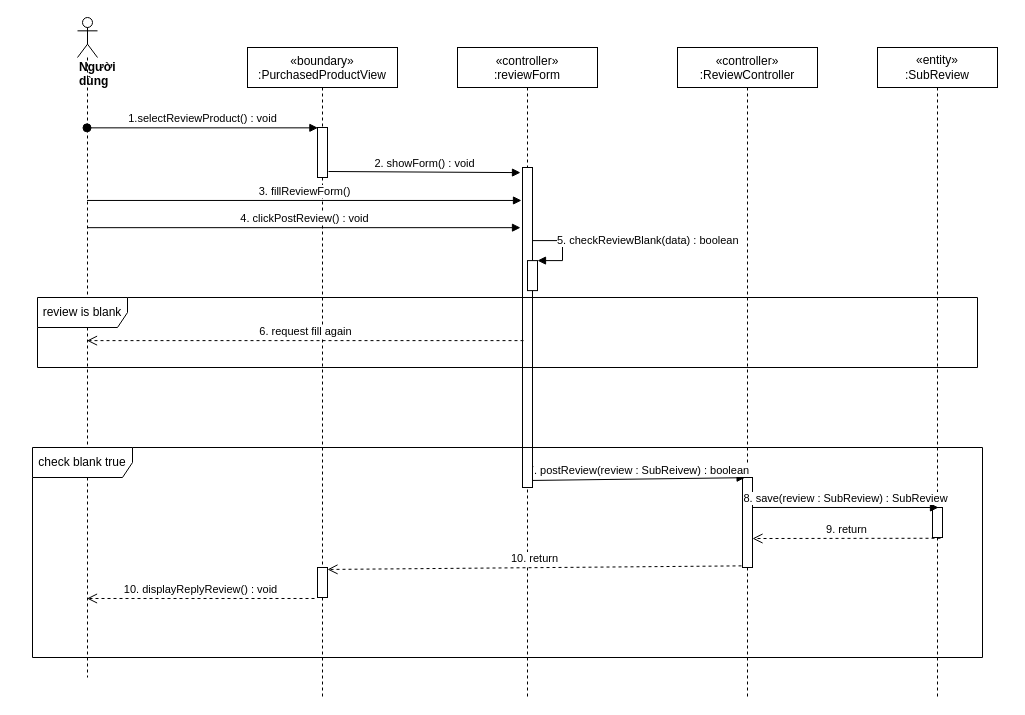
Earlier version of the draw.io diagram sequence diagram/reviews-product-sequence.drawio (nguyenphamvan/datn_20202). Source tidied: cells renumbered, new cells numbered last; positions are measured from the earlier drawing's top-left corner, leaving out a move shared by most shapes. Both pictures are drawn from the tidied source at 100%, with x=0, y=0 at pixel (32, 17).
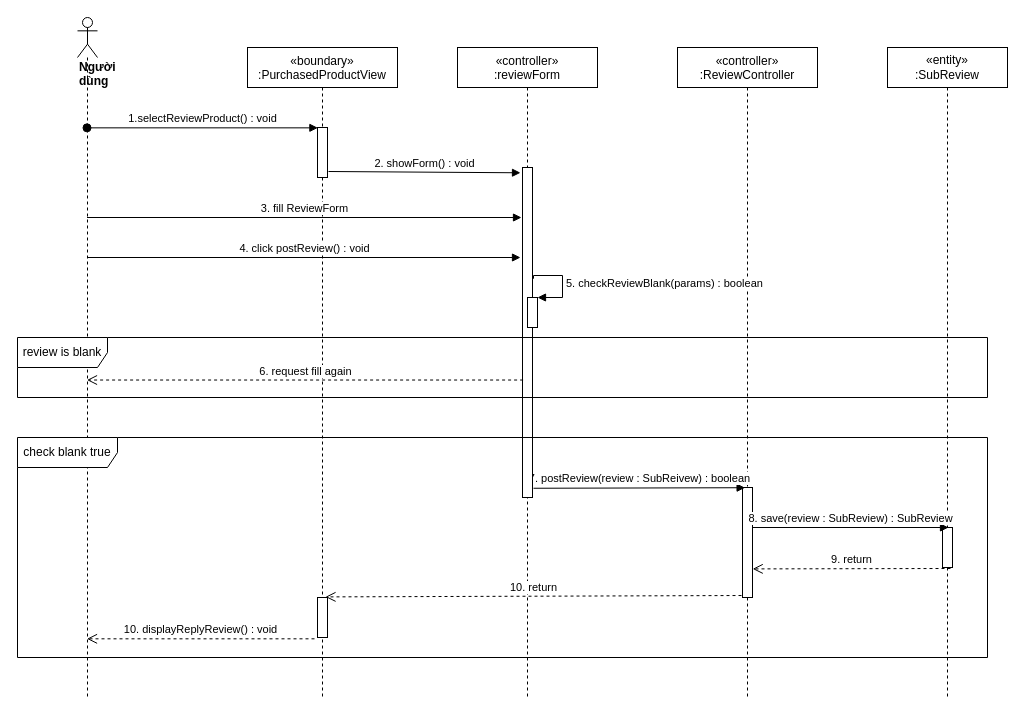
Above is the later version.

Unchanged cells that the change refers to:
```xml
<mxCell id="4" value="«controller»&#10;:ReviewController" style="shape=umlLifeline;perimeter=lifelinePerimeter;rounded=0;shadow=0;strokeWidth=1;size=40;" parent="1" vertex="1">
  <mxGeometry x="645" y="30" width="140" height="650" as="geometry" />
</mxCell>
```

Change to the diagram source:
```diff
@@
     <mxCell id="5" style="points=[];perimeter=orthogonalPerimeter;rounded=0;shadow=0;strokeWidth=1;" parent="4" vertex="1">
-      <mxGeometry x="65" y="430" width="10" height="90" as="geometry" />
+      <mxGeometry x="65" y="440" width="10" height="110" as="geometry" />
     </mxCell>
     <mxCell id="6" value="&lt;div&gt;&lt;b&gt;Người dùng&lt;/b&gt;&lt;/div&gt;" style="shape=umlLifeline;participant=umlActor;perimeter=lifelinePerimeter;whiteSpace=wrap;html=1;verticalAlign=top;spacingTop=36;outlineConnect=0;align=left;" parent="1" vertex="1">
-      <mxGeometry x="45" width="20" height="660" as="geometry" />
+      <mxGeometry x="45" width="20" height="680" as="geometry" />
     </mxCell>
@@
     <mxCell id="8" value="&lt;span&gt;«entity»&lt;br&gt;&lt;/span&gt;:SubReview" style="shape=umlLifeline;perimeter=lifelinePerimeter;whiteSpace=wrap;html=1;" parent="1" vertex="1">
-      <mxGeometry x="845" y="30" width="120" height="650" as="geometry" />
+      <mxGeometry x="855" y="30" width="120" height="650" as="geometry" />
     </mxCell>
     <mxCell id="9" style="points=[];perimeter=orthogonalPerimeter;rounded=0;shadow=0;strokeWidth=1;" parent="8" vertex="1">
-      <mxGeometry x="55" y="460" width="10" height="30" as="geometry" />
+      <mxGeometry x="55" y="480" width="10" height="40" as="geometry" />
     </mxCell>
-    <mxCell id="10" value="8. save(review : SubReview) : SubReview" style="html=1;verticalAlign=bottom;endArrow=block;entryX=0.6;entryY=0;entryDx=0;entryDy=0;entryPerimeter=0;exitX=1;exitY=0.333;exitDx=0;exitDy=0;exitPerimeter=0;" parent="1" edge="1" source="5" target="9">
-      <mxGeometry relative="1" as="geometry" />
+    <mxCell id="10" value="8. save(review : SubReview) : SubReview" style="html=1;verticalAlign=bottom;endArrow=block;entryX=0.6;entryY=0;entryDx=0;entryDy=0;entryPerimeter=0;" parent="1" edge="1" target="9">
+      <mxGeometry relative="1" as="geometry">
+        <mxPoint x="720" y="510" as="sourcePoint" />
+      </mxGeometry>
     </mxCell>
-    <mxCell id="11" value="9. return" style="html=1;verticalAlign=bottom;endArrow=open;dashed=1;endSize=8;exitX=0.8;exitY=1.025;exitDx=0;exitDy=0;exitPerimeter=0;entryX=1;entryY=0.678;entryDx=0;entryDy=0;entryPerimeter=0;" parent="1" edge="1" source="9" target="5">
+    <mxCell id="11" value="9. return" style="html=1;verticalAlign=bottom;endArrow=open;dashed=1;endSize=8;exitX=0.8;exitY=1.025;exitDx=0;exitDy=0;exitPerimeter=0;entryX=1.02;entryY=0.74;entryDx=0;entryDy=0;entryPerimeter=0;" parent="1" edge="1" source="9" target="5">
       <mxGeometry relative="1" as="geometry" />
     </mxCell>
-    <mxCell id="12" value="3. fillReviewForm()" style="html=1;verticalAlign=bottom;endArrow=block;entryX=-0.1;entryY=0.103;entryDx=0;entryDy=0;entryPerimeter=0;" parent="1" edge="1" source="6" target="17">
-      <mxGeometry relative="1" as="geometry" />
+    <mxCell id="12" value="3. fill ReviewForm" style="html=1;verticalAlign=bottom;endArrow=block;" parent="1" edge="1" source="6">
+      <mxGeometry relative="1" as="geometry">
+        <mxPoint x="489" y="200" as="targetPoint" />
+      </mxGeometry>
     </mxCell>
-    <mxCell id="13" value="7. postReview(review : SubReivew) : boolean" style="html=1;verticalAlign=bottom;endArrow=block;entryX=0.26;entryY=0.002;entryDx=0;entryDy=0;entryPerimeter=0;exitX=0.9;exitY=0.978;exitDx=0;exitDy=0;exitPerimeter=0;" parent="1" edge="1" source="17" target="5">
+    <mxCell id="13" value="7. postReview(review : SubReivew) : boolean" style="html=1;verticalAlign=bottom;endArrow=block;entryX=0.26;entryY=0.002;entryDx=0;entryDy=0;entryPerimeter=0;exitX=1.1;exitY=0.972;exitDx=0;exitDy=0;exitPerimeter=0;" parent="1" edge="1" source="17" target="5">
       <mxGeometry relative="1" as="geometry" />
     </mxCell>
-    <mxCell id="14" value="4. clickPostReview() : void" style="html=1;verticalAlign=bottom;endArrow=block;entryX=-0.2;entryY=0.188;entryDx=0;entryDy=0;entryPerimeter=0;" parent="1" edge="1" source="6" target="17">
-      <mxGeometry relative="1" as="geometry" />
+    <mxCell id="14" value="4. click postReview() : void" style="html=1;verticalAlign=bottom;endArrow=block;" parent="1" edge="1" source="6">
+      <mxGeometry relative="1" as="geometry">
+        <mxPoint x="488" y="240" as="targetPoint" />
+      </mxGeometry>
     </mxCell>
@@
     <mxCell id="17" style="html=1;points=[];perimeter=orthogonalPerimeter;" parent="1" vertex="1">
-      <mxGeometry x="490" y="150" width="10" height="320" as="geometry" />
+      <mxGeometry x="490" y="150" width="10" height="330" as="geometry" />
     </mxCell>
     <mxCell id="18" style="html=1;points=[];perimeter=orthogonalPerimeter;" parent="1" vertex="1">
-      <mxGeometry x="495" y="243.1" width="10" height="30" as="geometry" />
+      <mxGeometry x="495" y="280" width="10" height="30" as="geometry" />
     </mxCell>
-    <mxCell id="19" value="5. checkReviewBlank(data) : boolean" style="edgeStyle=orthogonalEdgeStyle;html=1;align=left;spacingLeft=2;endArrow=block;rounded=0;entryX=1;entryY=0;exitX=1;exitY=0.209;exitDx=0;exitDy=0;exitPerimeter=0;" parent="1" edge="1" target="18">
+    <mxCell id="19" value="5. checkReviewBlank(params) : boolean" style="edgeStyle=orthogonalEdgeStyle;html=1;align=left;spacingLeft=2;endArrow=block;rounded=0;entryX=1;entryY=0;exitX=1.1;exitY=0.337;exitDx=0;exitDy=0;exitPerimeter=0;" parent="1" edge="1" source="17" target="18">
       <mxGeometry relative="1" as="geometry">
-        <mxPoint x="500" y="190" as="sourcePoint" />
         <Array as="points">
-          <mxPoint x="530" y="223.1" />
-          <mxPoint x="530" y="243.1" />
+          <mxPoint x="530" y="258" />
+          <mxPoint x="530" y="280" />
         </Array>
       </mxGeometry>
     </mxCell>
-    <mxCell id="20" value="6. request fill again" style="html=1;verticalAlign=bottom;endArrow=open;dashed=1;endSize=8;exitX=0.1;exitY=0.541;exitDx=0;exitDy=0;exitPerimeter=0;" parent="1" edge="1" source="17" target="6">
+    <mxCell id="20" value="6. request fill again" style="html=1;verticalAlign=bottom;endArrow=open;dashed=1;endSize=8;exitX=0.06;exitY=0.644;exitDx=0;exitDy=0;exitPerimeter=0;" parent="1" edge="1" source="17" target="6">
       <mxGeometry relative="1" as="geometry" />
     </mxCell>
     <mxCell id="21" value="review is blank" style="shape=umlFrame;whiteSpace=wrap;html=1;width=90;height=30;" parent="1" vertex="1">
-      <mxGeometry x="5" y="280" width="940" height="70" as="geometry" />
+      <mxGeometry x="-15" y="320" width="970" height="60" as="geometry" />
     </mxCell>
-    <mxCell id="22" value="10. return" style="html=1;verticalAlign=bottom;endArrow=open;dashed=1;endSize=8;exitX=-0.1;exitY=0.982;exitDx=0;exitDy=0;exitPerimeter=0;entryX=1;entryY=0.065;entryDx=0;entryDy=0;entryPerimeter=0;" parent="1" edge="1" source="5" target="24">
+    <mxCell id="22" value="10. return" style="html=1;verticalAlign=bottom;endArrow=open;dashed=1;endSize=8;exitX=-0.1;exitY=0.982;exitDx=0;exitDy=0;exitPerimeter=0;entryX=0.8;entryY=-0.015;entryDx=0;entryDy=0;entryPerimeter=0;" parent="1" edge="1" source="5" target="24">
       <mxGeometry relative="1" as="geometry" />
     </mxCell>
@@
     <mxCell id="24" style="html=1;points=[];perimeter=orthogonalPerimeter;" parent="1" vertex="1">
-      <mxGeometry x="285" y="550" width="10" height="30" as="geometry" />
+      <mxGeometry x="285" y="580" width="10" height="40" as="geometry" />
     </mxCell>
     <mxCell id="25" value="check blank true" style="shape=umlFrame;whiteSpace=wrap;html=1;width=100;height=30;" parent="1" vertex="1">
-      <mxGeometry y="430" width="950" height="210" as="geometry" />
+      <mxGeometry x="-15" y="420" width="970" height="220" as="geometry" />
     </mxCell>
```
